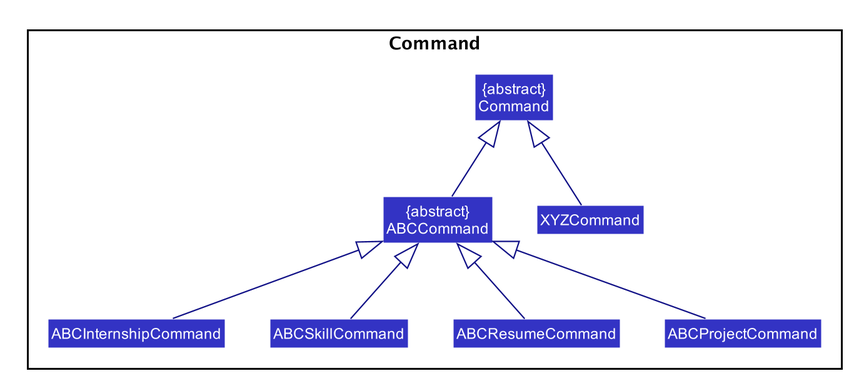
Before: docs/images/CommandClassDiagram.png, a diagram exported from PlantUML (wardetu/main).
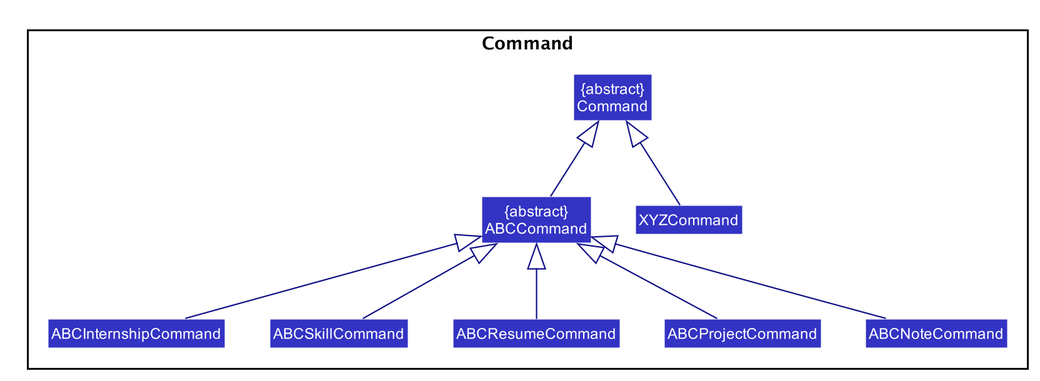
The same diagram one commit later.

Diff of the diagram source:
```diff
@@ -61,6 +61,7 @@
 Class ABCSkillCommand
 Class ABCResumeCommand
 Class ABCProjectCommand
+Class ABCNoteCommand
 
 }
 
@@ -68,6 +69,7 @@
 ABCSkillCommand -up-|> ABCCommand
 ABCResumeCommand -up-|> ABCCommand
 ABCProjectCommand -up-|> ABCCommand
+ABCNoteCommand -up-|> ABCCommand
 ABCCommand -up-|> Command
 XYZCommand -up-|> Command
 
```
